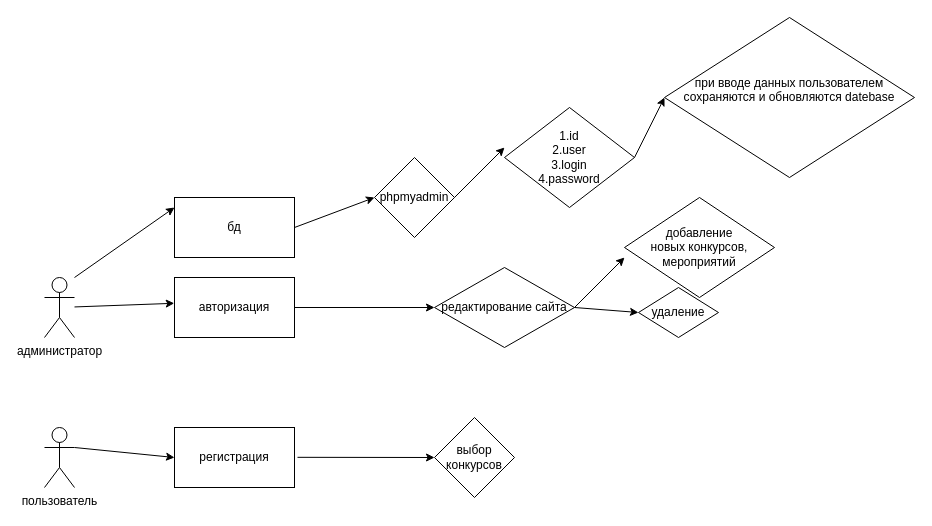
Before: lbgkjv.drawio in Danila7926/Algoritmkukushkin, a draw.io diagram. Source tidied: cells renumbered, new cells numbered last; positions are measured from the earlier drawing's top-left corner, leaving out a move shared by most shapes. Both pictures are drawn from the tidied source at 100%, with x=0, y=0 at pixel (44, 17).
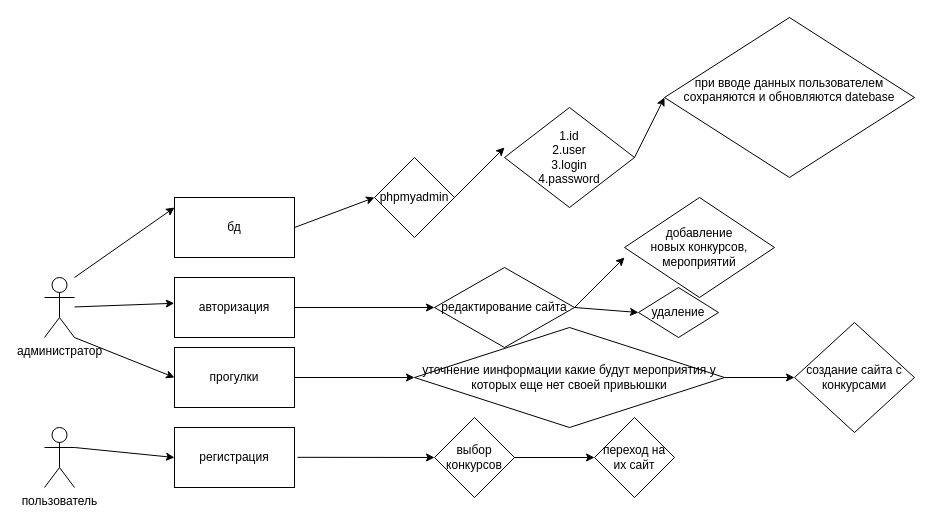
After the change.

The change refers to these unchanged cells:
```xml
<mxCell id="5" value="администратор" style="shape=umlActor;verticalLabelPosition=bottom;verticalAlign=top;html=1;outlineConnect=0;" parent="1" vertex="1">
  <mxGeometry y="260" width="30" height="60" as="geometry" />
</mxCell>
<mxCell id="9" value="выбор конкурсов" style="rhombus;whiteSpace=wrap;html=1;" parent="1" vertex="1">
  <mxGeometry x="390" y="400" width="80" height="80" as="geometry" />
</mxCell>
```

The edit, as a diff of the source:
```diff
@@
+    <mxCell id="25" style="endArrow=classic;html=1;rounded=0;exitX=1;exitY=0.5;exitDx=0;exitDy=0;" parent="1" edge="1" source="9">
+      <mxGeometry relative="1" as="geometry">
+        <mxPoint x="550" y="440" as="targetPoint" />
+      </mxGeometry>
+    </mxCell>
+    <mxCell id="26" value="переход на их сайт" style="rhombus;whiteSpace=wrap;html=1;" parent="1" vertex="1">
+      <mxGeometry x="550" y="400" width="80" height="80" as="geometry" />
+    </mxCell>
+    <mxCell id="27" value="прогулки" style="rounded=0;whiteSpace=wrap;html=1;" parent="1" vertex="1">
+      <mxGeometry x="130" y="330" width="120" height="60" as="geometry" />
+    </mxCell>
+    <mxCell id="28" style="endArrow=classic;html=1;rounded=0;exitX=1;exitY=1;exitDx=0;exitDy=0;exitPerimeter=0;entryX=0;entryY=0.5;entryDx=0;entryDy=0;" parent="1" edge="1" source="5" target="27">
+      <mxGeometry relative="1" as="geometry" />
+    </mxCell>
+    <mxCell id="29" style="endArrow=classic;html=1;rounded=0;" parent="1" edge="1">
+      <mxGeometry relative="1" as="geometry">
+        <mxPoint x="250" y="360" as="sourcePoint" />
+        <mxPoint x="370" y="360" as="targetPoint" />
+      </mxGeometry>
+    </mxCell>
+    <mxCell id="30" value="уточнение иинформации какие будут мероприятия у которых еще нет своей привьюшки" style="rhombus;whiteSpace=wrap;html=1;" parent="1" vertex="1">
+      <mxGeometry x="370" y="310" width="310" height="100" as="geometry" />
+    </mxCell>
+    <mxCell id="31" style="endArrow=classic;html=1;rounded=0;exitX=1;exitY=0.5;exitDx=0;exitDy=0;" parent="1" edge="1" source="30">
+      <mxGeometry relative="1" as="geometry">
+        <mxPoint x="750" y="360" as="targetPoint" />
+      </mxGeometry>
+    </mxCell>
+    <mxCell id="32" value="создание сайта с конкурсами" style="rhombus;whiteSpace=wrap;html=1;" parent="1" vertex="1">
+      <mxGeometry x="750" y="305" width="120" height="110" as="geometry" />
+    </mxCell>
```
